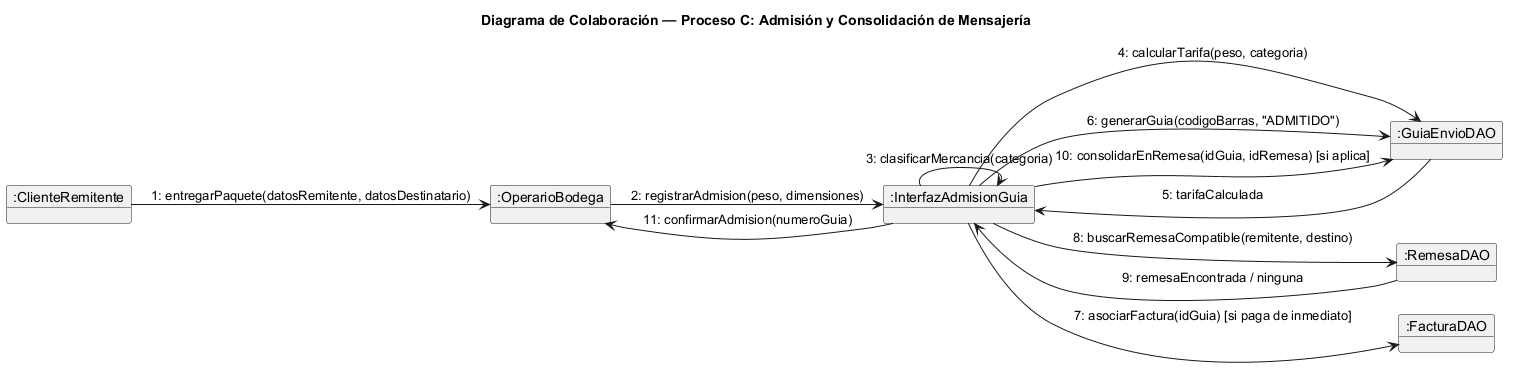
Before: docs/parcial-primer-corte/diagramas/colaboracion/colaboracion_admision_mensajeria.png, a diagram exported from PlantUML (SKing25/Copetran-). Source of this version:
```plantuml
@startuml colaboracion_admision_mensajeria
!pragma layout smetana
title Diagrama de Colaboración — Proceso C: Admisión y Consolidación de Mensajería
left to right direction

object ":ClienteRemitente" as remitente
object ":OperarioBodega" as operario
object ":InterfazAdmisionGuia" as ui
object ":GuiaEnvioDAO" as guiaDAO
object ":RemesaDAO" as remesaDAO
object ":FacturaDAO" as facturaDAO

remitente --> operario : 1: entregarPaquete(datosRemitente, datosDestinatario)
operario --> ui : 2: registrarAdmision(peso, dimensiones)
ui --> ui : 3: clasificarMercancia(categoria)
ui --> guiaDAO : 4: calcularTarifa(peso, categoria)
guiaDAO --> ui : 5: tarifaCalculada
ui --> guiaDAO : 6: generarGuia(codigoBarras, "ADMITIDO")
ui --> facturaDAO : 7: asociarFactura(idGuia) [si paga de inmediato]
ui --> remesaDAO : 8: buscarRemesaCompatible(remitente, destino)
remesaDAO --> ui : 9: remesaEncontrada / ninguna
ui --> guiaDAO : 10: consolidarEnRemesa(idGuia, idRemesa) [si aplica]
ui --> operario : 11: confirmarAdmision(numeroGuia)
@enduml
```
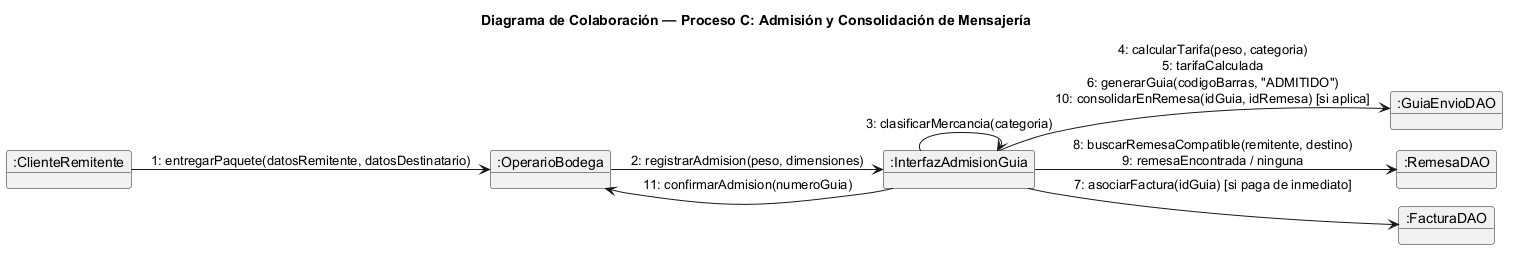
The same file after the commit.

Commit message:
Reordenar diagrama DAO y colaboración del Proceso C; tablas con filas alternadas en el informe

Diff of the diagram source:
```diff
@@ -1,6 +1,8 @@
 @startuml colaboracion_admision_mensajeria
 !pragma layout smetana
 title Diagrama de Colaboración — Proceso C: Admisión y Consolidación de Mensajería
+skinparam nodesep 40
+skinparam ranksep 70
 left to right direction
 
 object ":ClienteRemitente" as remitente
@@ -13,12 +15,8 @@
 remitente --> operario : 1: entregarPaquete(datosRemitente, datosDestinatario)
 operario --> ui : 2: registrarAdmision(peso, dimensiones)
 ui --> ui : 3: clasificarMercancia(categoria)
-ui --> guiaDAO : 4: calcularTarifa(peso, categoria)
-guiaDAO --> ui : 5: tarifaCalculada
-ui --> guiaDAO : 6: generarGuia(codigoBarras, "ADMITIDO")
+ui --> guiaDAO : 4: calcularTarifa(peso, categoria)\n5: tarifaCalculada\n6: generarGuia(codigoBarras, "ADMITIDO")\n10: consolidarEnRemesa(idGuia, idRemesa) [si aplica]
 ui --> facturaDAO : 7: asociarFactura(idGuia) [si paga de inmediato]
-ui --> remesaDAO : 8: buscarRemesaCompatible(remitente, destino)
-remesaDAO --> ui : 9: remesaEncontrada / ninguna
-ui --> guiaDAO : 10: consolidarEnRemesa(idGuia, idRemesa) [si aplica]
+ui --> remesaDAO : 8: buscarRemesaCompatible(remitente, destino)\n9: remesaEncontrada / ninguna
 ui --> operario : 11: confirmarAdmision(numeroGuia)
 @enduml
```
